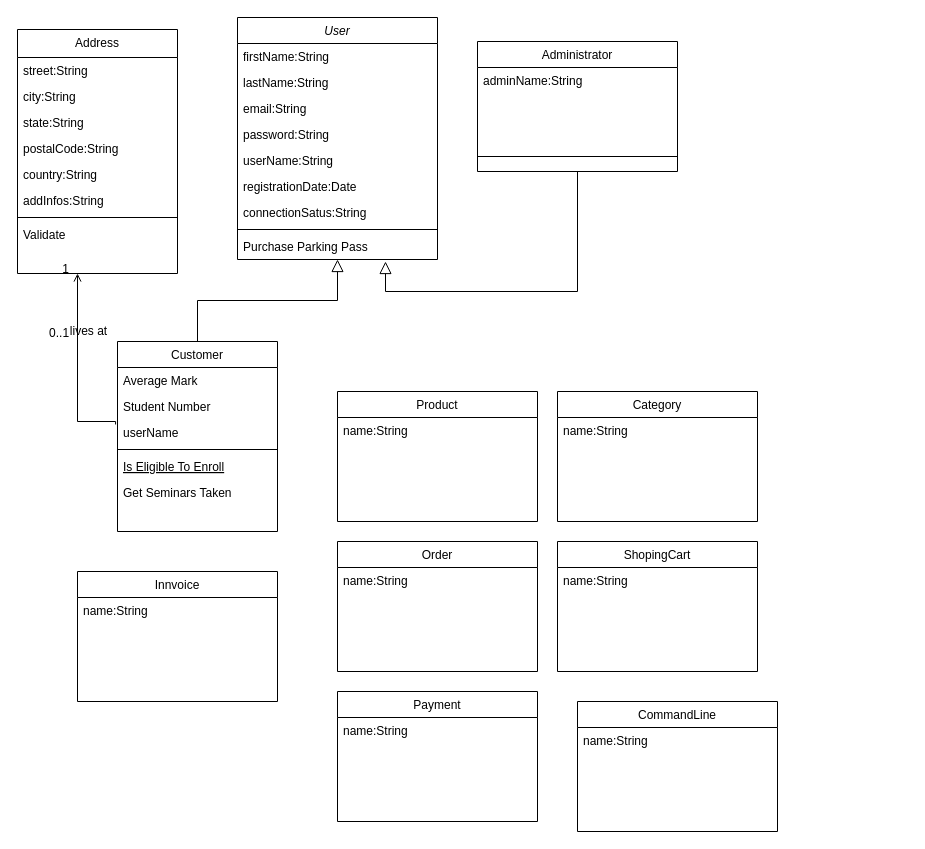
Earlier version of the draw.io diagram diagrams/diagram_class.drawio (ABDELFADEIL/e-boutique). Source tidied: cells renumbered, new cells numbered last; positions are measured from the earlier drawing's top-left corner, leaving out a move shared by most shapes. Both pictures are drawn from the tidied source at 100%, with x=0, y=0 at pixel (17, 17).
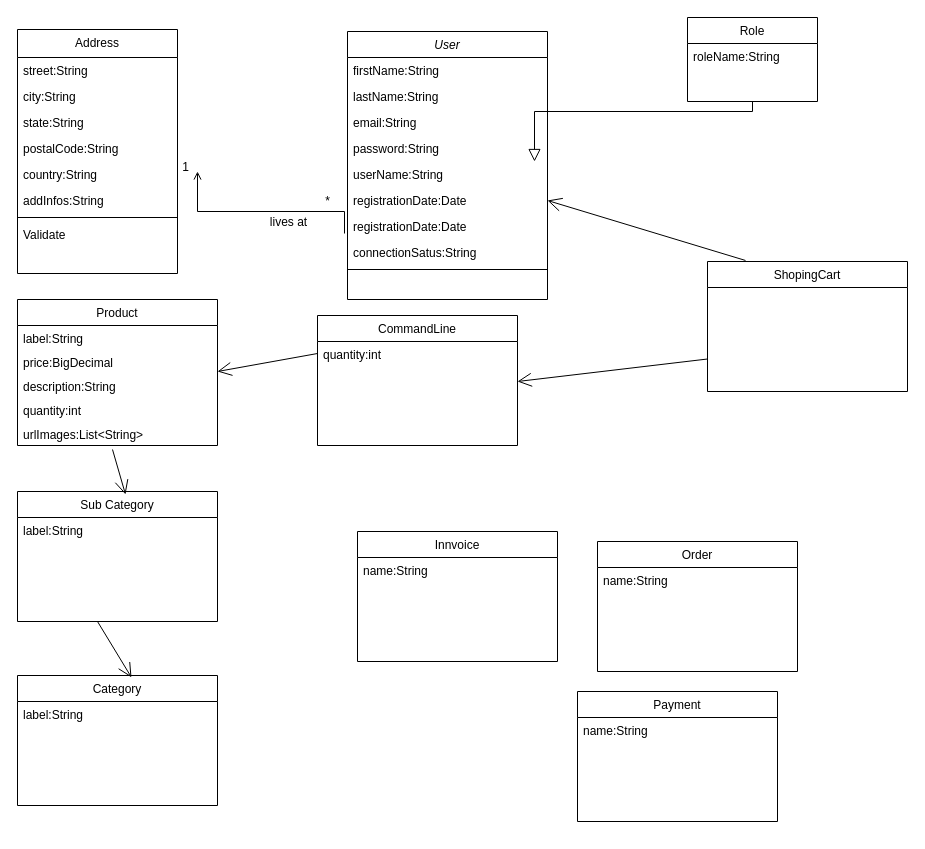
Above is the later version.

Unchanged cells that the change refers to:
```xml
<mxCell id="7" value="userName:String" style="text;align=left;verticalAlign=top;spacingLeft=4;spacingRight=4;overflow=hidden;points=[[0,0.5],[1,0.5]];portConstraint=eastwest;rounded=0;shadow=0;html=0;" parent="2" vertex="1">
  <mxGeometry y="130" width="200" height="26" as="geometry" />
</mxCell>
<mxCell id="23" value="Address" style="swimlane;fontStyle=0;align=center;verticalAlign=top;horizontal=1;startSize=28;rounded=0;shadow=0;strokeWidth=1;" parent="1" vertex="1">
  <mxGeometry y="12" width="160" height="244" as="geometry" />
</mxCell>
```

Change to the diagram source:
```diff
@@
     <mxCell id="2" value="User" style="swimlane;fontStyle=2;align=center;verticalAlign=top;horizontal=1;startSize=26;rounded=0;shadow=0;strokeWidth=1;" parent="1" vertex="1">
-      <mxGeometry x="220" width="200" height="242" as="geometry" />
+      <mxGeometry x="330" y="14" width="200" height="268" as="geometry" />
     </mxCell>
@@
+    <mxCell id="51" value="registrationDate:Date" style="text;align=left;verticalAlign=top;spacingLeft=4;spacingRight=4;overflow=hidden;points=[[0,0.5],[1,0.5]];portConstraint=eastwest;rounded=0;shadow=0;html=0;" parent="2" vertex="1">
+      <mxGeometry y="156" width="200" height="26" as="geometry" />
+    </mxCell>
     <mxCell id="8" value="registrationDate:Date" style="text;align=left;verticalAlign=top;spacingLeft=4;spacingRight=4;overflow=hidden;rounded=0;shadow=0;html=0;" parent="2" vertex="1">
-      <mxGeometry y="156" width="200" height="26" as="geometry" />
+      <mxGeometry y="182" width="200" height="26" as="geometry" />
     </mxCell>
     <mxCell id="9" value="connectionSatus:String" style="text;align=left;verticalAlign=top;spacingLeft=4;spacingRight=4;overflow=hidden;rounded=0;shadow=0;html=0;" parent="2" vertex="1">
-      <mxGeometry y="182" width="200" height="26" as="geometry" />
+      <mxGeometry y="208" width="200" height="26" as="geometry" />
     </mxCell>
     <mxCell id="10" style="line;html=1;strokeWidth=1;align=left;verticalAlign=middle;spacingTop=-1;spacingLeft=3;spacingRight=3;labelPosition=right;" parent="2" vertex="1">
-      <mxGeometry y="208" width="200" height="8" as="geometry" />
+      <mxGeometry y="234" width="200" height="8" as="geometry" />
     </mxCell>
-    <mxCell id="11" value="Purchase Parking Pass" style="text;align=left;verticalAlign=top;spacingLeft=4;spacingRight=4;overflow=hidden;" parent="2" vertex="1">
-      <mxGeometry y="216" width="200" height="26" as="geometry" />
-    </mxCell>
-    <mxCell id="12" value="Customer" style="swimlane;fontStyle=0;align=center;verticalAlign=top;horizontal=1;startSize=26;rounded=0;shadow=0;strokeWidth=1;" parent="1" vertex="1">
-      <mxGeometry x="100" y="324" width="160" height="190" as="geometry" />
-    </mxCell>
-    <mxCell id="13" value="Average Mark" style="text;align=left;verticalAlign=top;spacingLeft=4;spacingRight=4;overflow=hidden;rounded=0;shadow=0;html=0;" parent="12" vertex="1">
-      <mxGeometry y="26" width="160" height="26" as="geometry" />
-    </mxCell>
-    <mxCell id="14" value="Student Number" style="text;align=left;verticalAlign=top;spacingLeft=4;spacingRight=4;overflow=hidden;" parent="12" vertex="1">
-      <mxGeometry y="52" width="160" height="26" as="geometry" />
-    </mxCell>
-    <mxCell id="15" value="userName" style="text;align=left;verticalAlign=top;spacingLeft=4;spacingRight=4;overflow=hidden;points=[[0,0.5],[1,0.5]];portConstraint=eastwest;rounded=0;shadow=0;html=0;" parent="12" vertex="1">
-      <mxGeometry y="78" width="160" height="26" as="geometry" />
-    </mxCell>
-    <mxCell id="16" style="line;html=1;strokeWidth=1;align=left;verticalAlign=middle;spacingTop=-1;spacingLeft=3;spacingRight=3;labelPosition=right;" parent="12" vertex="1">
-      <mxGeometry y="104" width="160" height="8" as="geometry" />
-    </mxCell>
-    <mxCell id="17" value="Is Eligible To Enroll" style="text;align=left;verticalAlign=top;spacingLeft=4;spacingRight=4;overflow=hidden;fontStyle=4;" parent="12" vertex="1">
-      <mxGeometry y="112" width="160" height="26" as="geometry" />
-    </mxCell>
-    <mxCell id="18" value="Get Seminars Taken" style="text;align=left;verticalAlign=top;spacingLeft=4;spacingRight=4;overflow=hidden;" parent="12" vertex="1">
-      <mxGeometry y="138" width="160" height="26" as="geometry" />
-    </mxCell>
-    <mxCell id="19" style="endArrow=block;endSize=10;endFill=0;shadow=0;strokeWidth=1;rounded=0;edgeStyle=elbowEdgeStyle;elbow=vertical;" parent="1" edge="1" source="12" target="2">
-      <mxGeometry relative="1" as="geometry" />
-    </mxCell>
-    <mxCell id="20" value="Administrator" style="swimlane;fontStyle=0;align=center;verticalAlign=top;horizontal=1;startSize=26;rounded=0;shadow=0;strokeWidth=1;" parent="1" vertex="1">
-      <mxGeometry x="460" y="24" width="200" height="130" as="geometry" />
+    <mxCell id="20" value="Role" style="swimlane;fontStyle=0;align=center;verticalAlign=top;horizontal=1;startSize=26;rounded=0;shadow=0;strokeWidth=1;" parent="1" vertex="1">
+      <mxGeometry x="670" width="130" height="84" as="geometry" />
     </mxCell>
-    <mxCell id="21" value="adminName:String" style="text;align=left;verticalAlign=top;spacingLeft=4;spacingRight=4;overflow=hidden;" parent="20" vertex="1">
-      <mxGeometry y="26" width="200" height="24" as="geometry" />
+    <mxCell id="21" value="roleName:String" style="text;align=left;verticalAlign=top;spacingLeft=4;spacingRight=4;overflow=hidden;" parent="20" vertex="1">
+      <mxGeometry y="26" width="130" height="24" as="geometry" />
     </mxCell>
-    <mxCell id="22" style="endArrow=block;endSize=10;endFill=0;shadow=0;strokeWidth=1;rounded=0;edgeStyle=elbowEdgeStyle;elbow=vertical;" parent="1" edge="1" source="20">
+    <mxCell id="22" style="endArrow=block;endSize=10;endFill=0;shadow=0;strokeWidth=1;rounded=0;edgeStyle=elbowEdgeStyle;elbow=vertical;entryX=0.935;entryY=0;entryDx=0;entryDy=0;entryPerimeter=0;" parent="1" edge="1" source="20" target="7">
       <mxGeometry relative="1" as="geometry">
-        <mxPoint x="368" y="244" as="targetPoint" />
         <Array as="points">
-          <mxPoint x="220" y="274" />
+          <mxPoint x="610" y="94" />
         </Array>
       </mxGeometry>
     </mxCell>
@@
-    <mxCell id="32" style="endArrow=open;shadow=0;strokeWidth=1;rounded=0;endFill=1;edgeStyle=elbowEdgeStyle;elbow=vertical;exitX=-0.012;exitY=0.192;exitDx=0;exitDy=0;exitPerimeter=0;" parent="1" edge="1" source="15" target="23">
+    <mxCell id="32" style="endArrow=open;shadow=0;strokeWidth=1;rounded=0;endFill=1;edgeStyle=elbowEdgeStyle;elbow=vertical;exitX=-0.015;exitY=-0.25;exitDx=0;exitDy=0;exitPerimeter=0;" parent="1" edge="1">
       <mxGeometry x="0.5" y="41" relative="1" as="geometry">
+        <mxPoint x="327" y="216" as="sourcePoint" />
+        <mxPoint x="180" y="154" as="targetPoint" />
         <Array as="points">
-          <mxPoint x="60" y="404" />
+          <mxPoint x="190" y="194" />
+          <mxPoint x="260" y="94" />
         </Array>
         <mxPoint x="-40" y="32" as="offset" />
       </mxGeometry>
     </mxCell>
-    <mxCell id="33" value="0..1" style="align=left;verticalAlign=bottom;labelBackgroundColor=none;fontSize=12;" parent="32" vertex="1">
-      <mxGeometry x="-1" relative="1" as="geometry">
-        <mxPoint x="-68" y="-83" as="offset" />
-      </mxGeometry>
-    </mxCell>
@@
     <mxCell id="35" value="lives at" style="text;html=1;align=center;verticalAlign=middle;labelBackgroundColor=none;rounded=0;shadow=0;strokeWidth=1;fontSize=12;" parent="32" vertex="1">
       <mxGeometry x="0.5" y="49" relative="1" as="geometry">
-        <mxPoint x="59" y="10" as="offset" />
+        <mxPoint x="78" y="-39" as="offset" />
       </mxGeometry>
     </mxCell>
-    <mxCell id="36" style="line;html=1;strokeWidth=1;align=left;verticalAlign=middle;spacingTop=-1;spacingLeft=3;spacingRight=3;labelPosition=right;" parent="1" vertex="1">
-      <mxGeometry x="460" y="124" width="200" height="30" as="geometry" />
-    </mxCell>
     <mxCell id="37" value="Category" style="swimlane;fontStyle=0;align=center;verticalAlign=top;horizontal=1;startSize=26;rounded=0;shadow=0;strokeWidth=1;" parent="1" vertex="1">
-      <mxGeometry x="540" y="374" width="200" height="130" as="geometry" />
+      <mxGeometry y="658" width="200" height="130" as="geometry" />
     </mxCell>
-    <mxCell id="38" value="name:String" style="text;align=left;verticalAlign=top;spacingLeft=4;spacingRight=4;overflow=hidden;" parent="37" vertex="1">
+    <mxCell id="38" value="label:String" style="text;align=left;verticalAlign=top;spacingLeft=4;spacingRight=4;overflow=hidden;" parent="37" vertex="1">
       <mxGeometry y="26" width="200" height="24" as="geometry" />
     </mxCell>
     <mxCell id="39" value="Order" style="swimlane;fontStyle=0;align=center;verticalAlign=top;horizontal=1;startSize=26;rounded=0;shadow=0;strokeWidth=1;" parent="1" vertex="1">
-      <mxGeometry x="320" y="524" width="200" height="130" as="geometry" />
+      <mxGeometry x="580" y="524" width="200" height="130" as="geometry" />
     </mxCell>
@@
     <mxCell id="41" value="Product" style="swimlane;fontStyle=0;align=center;verticalAlign=top;horizontal=1;startSize=26;rounded=0;shadow=0;strokeWidth=1;" parent="1" vertex="1">
-      <mxGeometry x="320" y="374" width="200" height="130" as="geometry" />
+      <mxGeometry y="282" width="200" height="146" as="geometry" />
     </mxCell>
-    <mxCell id="42" value="name:String" style="text;align=left;verticalAlign=top;spacingLeft=4;spacingRight=4;overflow=hidden;" parent="41" vertex="1">
+    <mxCell id="42" value="label:String" style="text;align=left;verticalAlign=top;spacingLeft=4;spacingRight=4;overflow=hidden;" parent="41" vertex="1">
       <mxGeometry y="26" width="200" height="24" as="geometry" />
     </mxCell>
+    <mxCell id="52" value="price:BigDecimal" style="text;align=left;verticalAlign=top;spacingLeft=4;spacingRight=4;overflow=hidden;" parent="41" vertex="1">
+      <mxGeometry y="50" width="200" height="24" as="geometry" />
+    </mxCell>
+    <mxCell id="53" value="description:String" style="text;align=left;verticalAlign=top;spacingLeft=4;spacingRight=4;overflow=hidden;" parent="41" vertex="1">
+      <mxGeometry y="74" width="200" height="24" as="geometry" />
+    </mxCell>
+    <mxCell id="54" value="quantity:int" style="text;align=left;verticalAlign=top;spacingLeft=4;spacingRight=4;overflow=hidden;" parent="41" vertex="1">
+      <mxGeometry y="98" width="200" height="24" as="geometry" />
+    </mxCell>
+    <mxCell id="55" value="urlImages:List&lt;String&gt;" style="text;align=left;verticalAlign=top;spacingLeft=4;spacingRight=4;overflow=hidden;points=[[0,0.5],[1,0.5]];portConstraint=eastwest;" parent="41" vertex="1">
+      <mxGeometry y="122" width="200" height="24" as="geometry" />
+    </mxCell>
     <mxCell id="43" value="ShopingCart" style="swimlane;fontStyle=0;align=center;verticalAlign=top;horizontal=1;startSize=26;rounded=0;shadow=0;strokeWidth=1;" parent="1" vertex="1">
-      <mxGeometry x="540" y="524" width="200" height="130" as="geometry" />
+      <mxGeometry x="690" y="244" width="200" height="130" as="geometry" />
     </mxCell>
-    <mxCell id="44" value="name:String" style="text;align=left;verticalAlign=top;spacingLeft=4;spacingRight=4;overflow=hidden;" parent="43" vertex="1">
-      <mxGeometry y="26" width="200" height="24" as="geometry" />
-    </mxCell>
     <mxCell id="45" value="Payment" style="swimlane;fontStyle=0;align=center;verticalAlign=top;horizontal=1;startSize=26;rounded=0;shadow=0;strokeWidth=1;" parent="1" vertex="1">
-      <mxGeometry x="320" y="674" width="200" height="130" as="geometry" />
+      <mxGeometry x="560" y="674" width="200" height="130" as="geometry" />
     </mxCell>
@@
+    <mxCell id="49" value="CommandLine" style="swimlane;fontStyle=0;align=center;verticalAlign=top;horizontal=1;startSize=26;rounded=0;shadow=0;strokeWidth=1;" parent="1" vertex="1">
+      <mxGeometry x="300" y="298" width="200" height="130" as="geometry" />
+    </mxCell>
+    <mxCell id="56" value="quantity:int" style="text;align=left;verticalAlign=top;spacingLeft=4;spacingRight=4;overflow=hidden;points=[[0,0.5],[1,0.5]];portConstraint=eastwest;" parent="49" vertex="1">
+      <mxGeometry y="26" width="200" height="24" as="geometry" />
+    </mxCell>
     <mxCell id="47" value="Innvoice" style="swimlane;fontStyle=0;align=center;verticalAlign=top;horizontal=1;startSize=26;rounded=0;shadow=0;strokeWidth=1;" parent="1" vertex="1">
-      <mxGeometry x="60" y="554" width="200" height="130" as="geometry" />
+      <mxGeometry x="340" y="514" width="200" height="130" as="geometry" />
     </mxCell>
-    <mxCell id="48" value="name:String" style="text;align=left;verticalAlign=top;spacingLeft=4;spacingRight=4;overflow=hidden;" parent="47" vertex="1">
-      <mxGeometry y="26" width="200" height="24" as="geometry" />
-    </mxCell>
-    <mxCell id="49" value="CommandLine" style="swimlane;fontStyle=0;align=center;verticalAlign=top;horizontal=1;startSize=26;rounded=0;shadow=0;strokeWidth=1;" parent="1" vertex="1">
-      <mxGeometry x="560" y="684" width="200" height="130" as="geometry" />
-    </mxCell>
-    <mxCell id="50" value="name:String" style="text;align=left;verticalAlign=top;spacingLeft=4;spacingRight=4;overflow=hidden;" parent="49" vertex="1">
-      <mxGeometry y="26" width="200" height="24" as="geometry" />
-    </mxCell>
+    <mxCell id="57" value="name:String" style="text;align=left;verticalAlign=top;spacingLeft=4;spacingRight=4;overflow=hidden;" parent="47" vertex="1">
+      <mxGeometry y="26" width="200" height="24" as="geometry" />
+    </mxCell>
+    <mxCell id="58" value="*" style="text;html=1;align=center;verticalAlign=middle;strokeColor=none;fillColor=none;" parent="1" vertex="1">
+      <mxGeometry x="300" y="174" width="20" height="20" as="geometry" />
+    </mxCell>
+    <mxCell id="59" style="endArrow=open;endFill=1;endSize=12;html=1;exitX=0;exitY=0.5;exitDx=0;exitDy=0;" parent="1" edge="1" source="56">
+      <mxGeometry relative="1" as="geometry">
+        <mxPoint x="200" y="354" as="targetPoint" />
+      </mxGeometry>
+    </mxCell>
+    <mxCell id="60" style="endArrow=open;endFill=1;endSize=12;html=1;exitX=0.19;exitY=-0.008;exitDx=0;exitDy=0;exitPerimeter=0;entryX=1;entryY=0.5;entryDx=0;entryDy=0;" parent="1" edge="1" source="43" target="51">
+      <mxGeometry relative="1" as="geometry" />
+    </mxCell>
+    <mxCell id="61" style="endArrow=open;endFill=1;endSize=12;html=1;exitX=0;exitY=0.75;exitDx=0;exitDy=0;" parent="1" edge="1" source="43">
+      <mxGeometry relative="1" as="geometry">
+        <mxPoint x="500" y="364" as="targetPoint" />
+      </mxGeometry>
+    </mxCell>
+    <mxCell id="62" value="Sub Category" style="swimlane;fontStyle=0;align=center;verticalAlign=top;horizontal=1;startSize=26;rounded=0;shadow=0;strokeWidth=1;" parent="1" vertex="1">
+      <mxGeometry y="474" width="200" height="130" as="geometry" />
+    </mxCell>
+    <mxCell id="63" value="label:String" style="text;align=left;verticalAlign=top;spacingLeft=4;spacingRight=4;overflow=hidden;" parent="62" vertex="1">
+      <mxGeometry y="26" width="200" height="24" as="geometry" />
+    </mxCell>
+    <mxCell id="64" style="endArrow=open;endFill=1;endSize=12;html=1;entryX=0.57;entryY=0.015;entryDx=0;entryDy=0;entryPerimeter=0;" parent="1" edge="1" target="37">
+      <mxGeometry relative="1" as="geometry">
+        <mxPoint x="80" y="604" as="sourcePoint" />
+      </mxGeometry>
+    </mxCell>
+    <mxCell id="65" style="endArrow=open;endFill=1;endSize=12;html=1;entryX=0.54;entryY=0.023;entryDx=0;entryDy=0;entryPerimeter=0;exitX=0.475;exitY=1.167;exitDx=0;exitDy=0;exitPerimeter=0;" parent="1" edge="1" source="55" target="62">
+      <mxGeometry relative="1" as="geometry" />
+    </mxCell>
```
